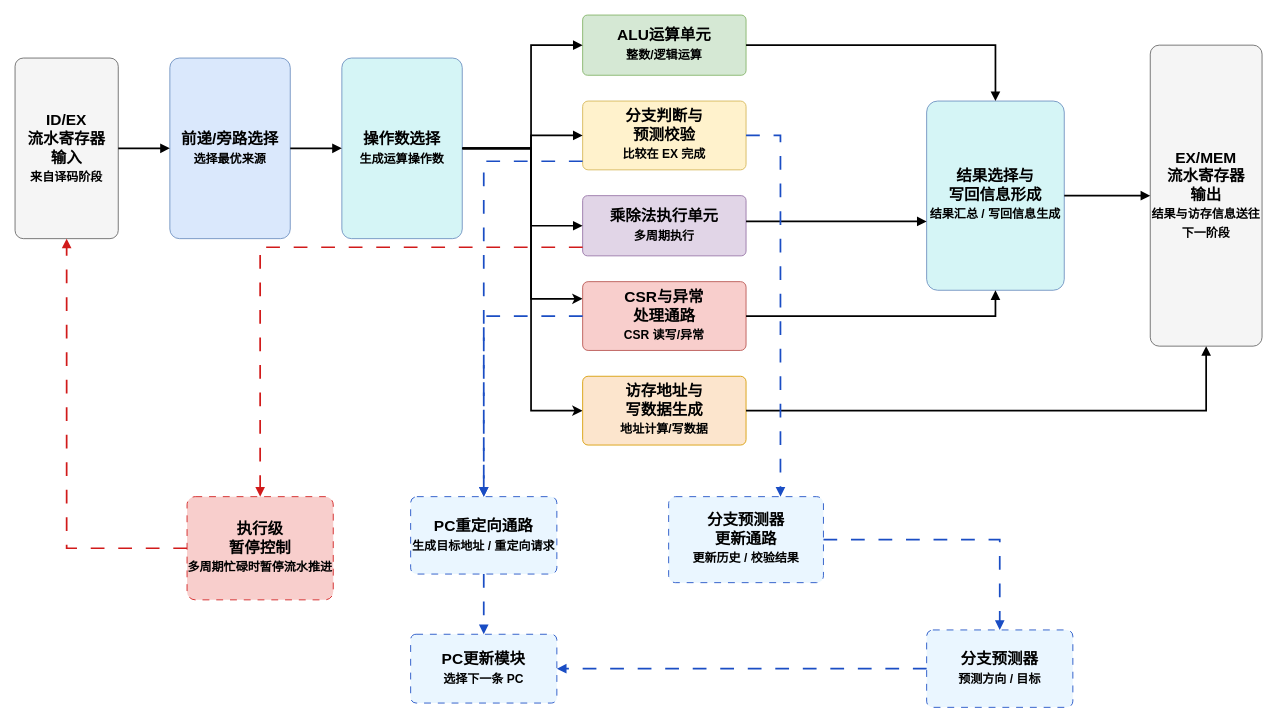
This is 未命名绘图.drawio from jay101-STAR/graduation_project, a draw.io file, before an edit. Source tidied: cells renumbered, new cells numbered last; positions are measured from the earlier drawing's top-left corner, leaving out a move shared by most shapes. Both pictures are drawn from the tidied source at 86%, with x=0, y=0 at pixel (15, 15).
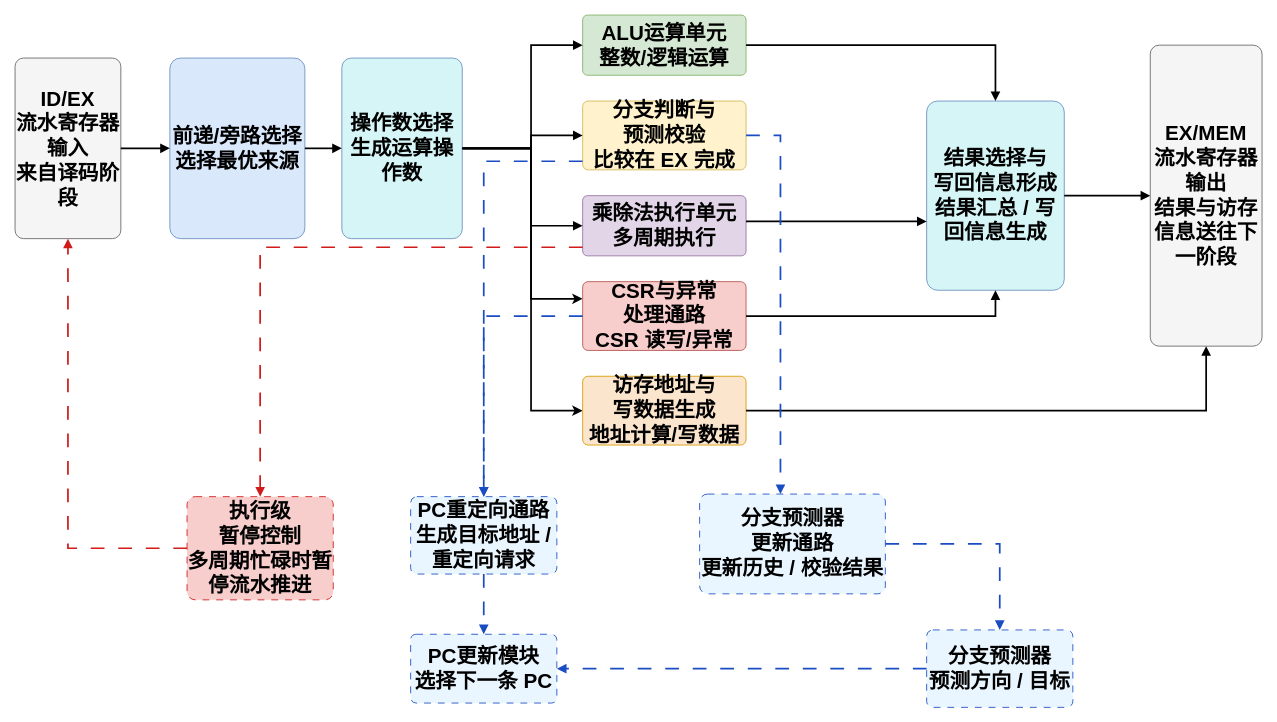
The same diagram, later.

Commit message:
更新未命名绘图.drawio

The edit, as a diff of the source:
```diff
@@
-    <mxCell id="2" value="ID/EX&lt;br&gt;流水寄存器&lt;br&gt;输入&lt;br&gt;&lt;font style=&quot;font-size: 14px&quot;&gt;来自译码阶段&lt;/font&gt;" style="rounded=1;whiteSpace=wrap;html=1;fillColor=#f5f5f5;strokeColor=#666666;fontSize=18;fontStyle=1;arcSize=8;" parent="1" vertex="1">
-      <mxGeometry y="50" width="120" height="210" as="geometry" />
+    <mxCell id="2" value="ID/EX&lt;br&gt;流水寄存器&lt;br&gt;输入&lt;br&gt;&lt;font&gt;来自译码阶段&lt;/font&gt;" style="rounded=1;whiteSpace=wrap;html=1;fillColor=#f5f5f5;strokeColor=#666666;fontSize=24;fontStyle=1;arcSize=8;" parent="1" vertex="1">
+      <mxGeometry y="50" width="123" height="210" as="geometry" />
     </mxCell>
-    <mxCell id="3" value="前递/旁路选择&lt;br&gt;&lt;font style=&quot;font-size: 14px&quot;&gt;选择最优来源&lt;/font&gt;" style="rounded=1;whiteSpace=wrap;html=1;fillColor=#dae8fc;strokeColor=#6c8ebf;fontSize=18;fontStyle=1;arcSize=8;" parent="1" vertex="1">
-      <mxGeometry x="180" y="50" width="140" height="210" as="geometry" />
+    <mxCell id="3" value="前递/旁路选择&lt;br&gt;&lt;font&gt;选择最优来源&lt;/font&gt;" style="rounded=1;whiteSpace=wrap;html=1;fillColor=#dae8fc;strokeColor=#6c8ebf;fontSize=24;fontStyle=1;arcSize=8;" parent="1" vertex="1">
+      <mxGeometry x="180" y="50" width="157" height="210" as="geometry" />
     </mxCell>
-    <mxCell id="4" style="edgeStyle=orthogonalEdgeStyle;rounded=0;jettySize=auto;html=1;exitX=1;exitY=0.5;exitDx=0;exitDy=0;entryX=0;entryY=0.25;entryDx=0;entryDy=0;strokeWidth=2;" parent="1" edge="1" source="6" target="10">
+    <mxCell id="4" style="edgeStyle=orthogonalEdgeStyle;rounded=0;jettySize=auto;html=1;exitX=1;exitY=0.5;exitDx=0;exitDy=0;entryX=0;entryY=0.25;entryDx=0;entryDy=0;strokeWidth=2;fontSize=24;" parent="1" edge="1" source="6" target="10">
       <mxGeometry relative="1" as="geometry">
         <Array as="points">
           <mxPoint x="600" y="155" />
           <mxPoint x="600" y="330" />
         </Array>
       </mxGeometry>
     </mxCell>
-    <mxCell id="5" style="edgeStyle=orthogonalEdgeStyle;rounded=0;jettySize=auto;html=1;exitX=1;exitY=0.5;exitDx=0;exitDy=0;entryX=0;entryY=0.5;entryDx=0;entryDy=0;strokeWidth=2;" parent="1" edge="1" source="6" target="11">
+    <mxCell id="5" style="edgeStyle=orthogonalEdgeStyle;rounded=0;jettySize=auto;html=1;exitX=1;exitY=0.5;exitDx=0;exitDy=0;entryX=0;entryY=0.5;entryDx=0;entryDy=0;strokeWidth=2;fontSize=24;" parent="1" edge="1" source="6" target="11">
       <mxGeometry relative="1" as="geometry">
         <Array as="points">
           <mxPoint x="600" y="155" />
           <mxPoint x="600" y="460" />
         </Array>
       </mxGeometry>
     </mxCell>
-    <mxCell id="6" value="操作数选择&lt;br&gt;&lt;font style=&quot;font-size: 14px&quot;&gt;生成运算操作数&lt;/font&gt;" style="rounded=1;whiteSpace=wrap;html=1;fillColor=#d5f5f6;strokeColor=#6c8ebf;fontSize=18;fontStyle=1;arcSize=8;" parent="1" vertex="1">
+    <mxCell id="6" value="操作数选择&lt;br&gt;&lt;font&gt;生成运算操作数&lt;/font&gt;" style="rounded=1;whiteSpace=wrap;html=1;fillColor=#d5f5f6;strokeColor=#6c8ebf;fontSize=24;fontStyle=1;arcSize=8;" parent="1" vertex="1">
       <mxGeometry x="380" y="50" width="140" height="210" as="geometry" />
     </mxCell>
-    <mxCell id="7" value="ALU运算单元&lt;br&gt;&lt;font style=&quot;font-size: 14px&quot;&gt;整数/逻辑运算&lt;/font&gt;" style="rounded=1;whiteSpace=wrap;html=1;fillColor=#d5e8d4;strokeColor=#82b366;fontSize=18;fontStyle=1;arcSize=8;" parent="1" vertex="1">
+    <mxCell id="7" value="ALU运算单元&lt;br&gt;&lt;font&gt;整数/逻辑运算&lt;/font&gt;" style="rounded=1;whiteSpace=wrap;html=1;fillColor=#d5e8d4;strokeColor=#82b366;fontSize=24;fontStyle=1;arcSize=8;" parent="1" vertex="1">
       <mxGeometry x="660" width="190" height="70" as="geometry" />
     </mxCell>
-    <mxCell id="8" value="分支判断与&lt;br&gt;预测校验&lt;br&gt;&lt;font style=&quot;font-size: 14px&quot;&gt;比较在 EX 完成&lt;/font&gt;" style="rounded=1;whiteSpace=wrap;html=1;fillColor=#fff2cc;strokeColor=#d6b656;fontSize=18;fontStyle=1;arcSize=8;" parent="1" vertex="1">
+    <mxCell id="8" value="分支判断与&lt;br&gt;预测校验&lt;br&gt;&lt;font&gt;比较在 EX 完成&lt;/font&gt;" style="rounded=1;whiteSpace=wrap;html=1;fillColor=#fff2cc;strokeColor=#d6b656;fontSize=24;fontStyle=1;arcSize=8;" parent="1" vertex="1">
       <mxGeometry x="660" y="100" width="190" height="80" as="geometry" />
     </mxCell>
-    <mxCell id="9" value="乘除法执行单元&lt;br&gt;&lt;font style=&quot;font-size: 14px&quot;&gt;多周期执行&lt;/font&gt;" style="rounded=1;whiteSpace=wrap;html=1;fillColor=#e1d5e7;strokeColor=#9673a6;fontSize=18;fontStyle=1;arcSize=8;" parent="1" vertex="1">
+    <mxCell id="9" value="乘除法执行单元&lt;br&gt;&lt;font&gt;多周期执行&lt;/font&gt;" style="rounded=1;whiteSpace=wrap;html=1;fillColor=#e1d5e7;strokeColor=#9673a6;fontSize=24;fontStyle=1;arcSize=8;" parent="1" vertex="1">
       <mxGeometry x="660" y="210" width="190" height="70" as="geometry" />
     </mxCell>
-    <mxCell id="10" value="CSR与异常&lt;br&gt;处理通路&lt;br&gt;&lt;font style=&quot;font-size: 14px&quot;&gt;CSR 读写/异常&lt;/font&gt;" style="rounded=1;whiteSpace=wrap;html=1;fillColor=#f8cecc;strokeColor=#b85450;fontSize=18;fontStyle=1;arcSize=8;" parent="1" vertex="1">
+    <mxCell id="10" value="CSR与异常&lt;br&gt;处理通路&lt;br&gt;&lt;font&gt;CSR 读写/异常&lt;/font&gt;" style="rounded=1;whiteSpace=wrap;html=1;fillColor=#f8cecc;strokeColor=#b85450;fontSize=24;fontStyle=1;arcSize=8;" parent="1" vertex="1">
       <mxGeometry x="660" y="310" width="190" height="80" as="geometry" />
     </mxCell>
-    <mxCell id="11" value="访存地址与&lt;br&gt;写数据生成&lt;br&gt;&lt;font style=&quot;font-size: 14px&quot;&gt;地址计算/写数据&lt;/font&gt;" style="rounded=1;whiteSpace=wrap;html=1;fillColor=#fce5cd;strokeColor=#d79b00;fontSize=18;fontStyle=1;arcSize=8;" parent="1" vertex="1">
+    <mxCell id="11" value="访存地址与&lt;br&gt;写数据生成&lt;br&gt;&lt;font&gt;地址计算/写数据&lt;/font&gt;" style="rounded=1;whiteSpace=wrap;html=1;fillColor=#fce5cd;strokeColor=#d79b00;fontSize=24;fontStyle=1;arcSize=8;" parent="1" vertex="1">
       <mxGeometry x="660" y="420" width="190" height="80" as="geometry" />
     </mxCell>
-    <mxCell id="12" value="结果选择与&lt;br&gt;写回信息形成&lt;br&gt;&lt;font style=&quot;font-size: 14px&quot;&gt;结果汇总 / 写回信息生成&lt;/font&gt;" style="rounded=1;whiteSpace=wrap;html=1;fillColor=#d5f5f6;strokeColor=#6c8ebf;fontSize=18;fontStyle=1;arcSize=8;" parent="1" vertex="1">
+    <mxCell id="12" value="结果选择与&lt;br&gt;写回信息形成&lt;br&gt;&lt;font&gt;结果汇总 / 写回信息生成&lt;/font&gt;" style="rounded=1;whiteSpace=wrap;html=1;fillColor=#d5f5f6;strokeColor=#6c8ebf;fontSize=24;fontStyle=1;arcSize=8;" parent="1" vertex="1">
       <mxGeometry x="1060" y="100" width="160" height="220" as="geometry" />
     </mxCell>
-    <mxCell id="13" value="EX/MEM&lt;br&gt;流水寄存器&lt;br&gt;输出&lt;br&gt;&lt;font style=&quot;font-size: 14px&quot;&gt;结果与访存信息送往下一阶段&lt;/font&gt;" style="rounded=1;whiteSpace=wrap;html=1;fillColor=#f5f5f5;strokeColor=#666666;fontSize=18;fontStyle=1;arcSize=8;" parent="1" vertex="1">
+    <mxCell id="13" value="EX/MEM&lt;br&gt;流水寄存器&lt;br&gt;输出&lt;br&gt;&lt;font&gt;结果与访存信息送往下一阶段&lt;/font&gt;" style="rounded=1;whiteSpace=wrap;html=1;fillColor=#f5f5f5;strokeColor=#666666;fontSize=24;fontStyle=1;arcSize=8;" parent="1" vertex="1">
       <mxGeometry x="1320" y="35" width="130" height="350" as="geometry" />
     </mxCell>
-    <mxCell id="14" value="PC重定向通路&lt;br&gt;&lt;font style=&quot;font-size: 14px&quot;&gt;生成目标地址 / 重定向请求&lt;/font&gt;" style="rounded=1;whiteSpace=wrap;html=1;fillColor=#eaf6ff;strokeColor=#1a4dc4;dashed=1;dashPattern=8 8;fontSize=18;fontStyle=1;arcSize=8;" parent="1" vertex="1">
+    <mxCell id="14" value="PC重定向通路&lt;br&gt;&lt;font&gt;生成目标地址 / 重定向请求&lt;/font&gt;" style="rounded=1;whiteSpace=wrap;html=1;fillColor=#eaf6ff;strokeColor=#1a4dc4;dashed=1;dashPattern=8 8;fontSize=24;fontStyle=1;arcSize=8;" parent="1" vertex="1">
       <mxGeometry x="460" y="560" width="170" height="90" as="geometry" />
     </mxCell>
-    <mxCell id="15" value="分支预测器&lt;br&gt;更新通路&lt;br&gt;&lt;font style=&quot;font-size: 14px&quot;&gt;更新历史 / 校验结果&lt;/font&gt;" style="rounded=1;whiteSpace=wrap;html=1;fillColor=#eaf6ff;strokeColor=#1a4dc4;dashed=1;dashPattern=8 8;fontSize=18;fontStyle=1;arcSize=8;" parent="1" vertex="1">
-      <mxGeometry x="760" y="560" width="180" height="100" as="geometry" />
+    <mxCell id="15" value="分支预测器&lt;br&gt;更新通路&lt;br&gt;&lt;font&gt;更新历史 / 校验结果&lt;/font&gt;" style="rounded=1;whiteSpace=wrap;html=1;fillColor=#eaf6ff;strokeColor=#1a4dc4;dashed=1;dashPattern=8 8;fontSize=24;fontStyle=1;arcSize=8;" parent="1" vertex="1">
+      <mxGeometry x="796" y="557" width="216" height="116" as="geometry" />
     </mxCell>
-    <mxCell id="16" value="PC更新模块&lt;br&gt;&lt;font style=&quot;font-size: 14px&quot;&gt;选择下一条 PC&lt;/font&gt;" style="rounded=1;whiteSpace=wrap;html=1;fillColor=#eaf6ff;strokeColor=#1a4dc4;dashed=1;dashPattern=8 8;fontSize=18;fontStyle=1;arcSize=8;" parent="1" vertex="1">
+    <mxCell id="16" value="PC更新模块&lt;br&gt;&lt;font&gt;选择下一条 PC&lt;/font&gt;" style="rounded=1;whiteSpace=wrap;html=1;fillColor=#eaf6ff;strokeColor=#1a4dc4;dashed=1;dashPattern=8 8;fontSize=24;fontStyle=1;arcSize=8;" parent="1" vertex="1">
       <mxGeometry x="460" y="720" width="170" height="80" as="geometry" />
     </mxCell>
-    <mxCell id="17" value="分支预测器&lt;br&gt;&lt;font style=&quot;font-size: 14px&quot;&gt;预测方向 / 目标&lt;/font&gt;" style="rounded=1;whiteSpace=wrap;html=1;fillColor=#eaf6ff;strokeColor=#1a4dc4;dashed=1;dashPattern=8 8;fontSize=18;fontStyle=1;arcSize=8;" parent="1" vertex="1">
+    <mxCell id="17" value="分支预测器&lt;br&gt;&lt;font&gt;预测方向 / 目标&lt;/font&gt;" style="rounded=1;whiteSpace=wrap;html=1;fillColor=#eaf6ff;strokeColor=#1a4dc4;dashed=1;dashPattern=8 8;fontSize=24;fontStyle=1;arcSize=8;" parent="1" vertex="1">
       <mxGeometry x="1060" y="715" width="170" height="90" as="geometry" />
     </mxCell>
-    <mxCell id="18" value="执行级&lt;br&gt;暂停控制&lt;br&gt;&lt;font style=&quot;font-size: 14px&quot;&gt;多周期忙碌时暂停流水推进&lt;/font&gt;" style="rounded=1;whiteSpace=wrap;html=1;fillColor=#f8cecc;strokeColor=#d11a1a;dashed=1;dashPattern=8 8;fontSize=18;fontStyle=1;arcSize=8;" parent="1" vertex="1">
+    <mxCell id="18" value="执行级&lt;br&gt;暂停控制&lt;br&gt;&lt;font&gt;多周期忙碌时暂停流水推进&lt;/font&gt;" style="rounded=1;whiteSpace=wrap;html=1;fillColor=#f8cecc;strokeColor=#d11a1a;dashed=1;dashPattern=8 8;fontSize=24;fontStyle=1;arcSize=8;" parent="1" vertex="1">
       <mxGeometry x="200" y="560" width="170" height="120" as="geometry" />
     </mxCell>
-    <mxCell id="19" style="edgeStyle=orthogonalEdgeStyle;rounded=0;jettySize=auto;html=1;endArrow=block;endFill=1;strokeWidth=2;" parent="1" edge="1" source="2" target="3">
+    <mxCell id="19" style="edgeStyle=orthogonalEdgeStyle;rounded=0;jettySize=auto;html=1;endArrow=block;endFill=1;strokeWidth=2;fontSize=24;" parent="1" edge="1" source="2" target="3">
       <mxGeometry relative="1" as="geometry" />
     </mxCell>
-    <mxCell id="20" style="edgeStyle=orthogonalEdgeStyle;rounded=0;jettySize=auto;html=1;endArrow=block;endFill=1;strokeWidth=2;" parent="1" edge="1" source="3" target="6">
+    <mxCell id="20" style="edgeStyle=orthogonalEdgeStyle;rounded=0;jettySize=auto;html=1;endArrow=block;endFill=1;strokeWidth=2;fontSize=24;" parent="1" edge="1" source="3" target="6">
       <mxGeometry relative="1" as="geometry" />
     </mxCell>
-    <mxCell id="21" style="edgeStyle=orthogonalEdgeStyle;rounded=0;jettySize=auto;html=1;endArrow=block;endFill=1;strokeWidth=2;" parent="1" edge="1" source="6" target="7">
+    <mxCell id="21" style="edgeStyle=orthogonalEdgeStyle;rounded=0;jettySize=auto;html=1;endArrow=block;endFill=1;strokeWidth=2;fontSize=24;" parent="1" edge="1" source="6" target="7">
       <mxGeometry relative="1" as="geometry">
         <Array as="points">
           <mxPoint x="600" y="155" />
           <mxPoint x="600" y="35" />
         </Array>
       </mxGeometry>
     </mxCell>
-    <mxCell id="22" style="edgeStyle=orthogonalEdgeStyle;rounded=0;jettySize=auto;html=1;endArrow=block;endFill=1;strokeWidth=2;" parent="1" edge="1" source="6" target="8">
+    <mxCell id="22" style="edgeStyle=orthogonalEdgeStyle;rounded=0;jettySize=auto;html=1;endArrow=block;endFill=1;strokeWidth=2;fontSize=24;" parent="1" edge="1" source="6" target="8">
       <mxGeometry relative="1" as="geometry">
         <Array as="points">
           <mxPoint x="600" y="155" />
           <mxPoint x="600" y="140" />
         </Array>
       </mxGeometry>
     </mxCell>
-    <mxCell id="23" style="edgeStyle=orthogonalEdgeStyle;rounded=0;jettySize=auto;html=1;endArrow=block;endFill=1;strokeWidth=2;" parent="1" edge="1" source="6" target="9">
+    <mxCell id="23" style="edgeStyle=orthogonalEdgeStyle;rounded=0;jettySize=auto;html=1;endArrow=block;endFill=1;strokeWidth=2;fontSize=24;" parent="1" edge="1" source="6" target="9">
       <mxGeometry relative="1" as="geometry">
         <Array as="points">
           <mxPoint x="600" y="155" />
           <mxPoint x="600" y="245" />
         </Array>
       </mxGeometry>
     </mxCell>
-    <mxCell id="24" style="edgeStyle=orthogonalEdgeStyle;rounded=0;jettySize=auto;html=1;endArrow=block;endFill=1;strokeWidth=2;" parent="1" edge="1" source="7" target="12">
+    <mxCell id="24" style="edgeStyle=orthogonalEdgeStyle;rounded=0;jettySize=auto;html=1;endArrow=block;endFill=1;strokeWidth=2;fontSize=24;" parent="1" edge="1" source="7" target="12">
       <mxGeometry relative="1" as="geometry" />
     </mxCell>
-    <mxCell id="25" style="edgeStyle=orthogonalEdgeStyle;rounded=0;jettySize=auto;html=1;endArrow=block;endFill=1;strokeWidth=2;" parent="1" edge="1" source="9" target="12">
+    <mxCell id="25" style="edgeStyle=orthogonalEdgeStyle;rounded=0;jettySize=auto;html=1;endArrow=block;endFill=1;strokeWidth=2;fontSize=24;" parent="1" edge="1" source="9" target="12">
       <mxGeometry relative="1" as="geometry">
         <Array as="points">
           <mxPoint x="930" y="240" />
           <mxPoint x="930" y="240" />
         </Array>
       </mxGeometry>
     </mxCell>
-    <mxCell id="26" style="edgeStyle=orthogonalEdgeStyle;rounded=0;jettySize=auto;html=1;endArrow=block;endFill=1;strokeWidth=2;entryX=0.5;entryY=1;entryDx=0;entryDy=0;" parent="1" edge="1" source="10" target="12">
+    <mxCell id="26" style="edgeStyle=orthogonalEdgeStyle;rounded=0;jettySize=auto;html=1;endArrow=block;endFill=1;strokeWidth=2;entryX=0.5;entryY=1;entryDx=0;entryDy=0;fontSize=24;" parent="1" edge="1" source="10" target="12">
       <mxGeometry relative="1" as="geometry">
         <Array as="points">
           <mxPoint x="1140" y="350" />
         </Array>
       </mxGeometry>
     </mxCell>
-    <mxCell id="27" style="edgeStyle=orthogonalEdgeStyle;rounded=0;jettySize=auto;html=1;endArrow=block;endFill=1;strokeWidth=2;" parent="1" edge="1" source="12" target="13">
+    <mxCell id="27" style="edgeStyle=orthogonalEdgeStyle;rounded=0;jettySize=auto;html=1;endArrow=block;endFill=1;strokeWidth=2;fontSize=24;" parent="1" edge="1" source="12" target="13">
       <mxGeometry relative="1" as="geometry" />
     </mxCell>
-    <mxCell id="28" style="edgeStyle=orthogonalEdgeStyle;rounded=0;jettySize=auto;html=1;endArrow=block;endFill=1;strokeWidth=2;" parent="1" edge="1" source="11" target="13">
+    <mxCell id="28" style="edgeStyle=orthogonalEdgeStyle;rounded=0;jettySize=auto;html=1;endArrow=block;endFill=1;strokeWidth=2;fontSize=24;" parent="1" edge="1" source="11" target="13">
       <mxGeometry relative="1" as="geometry" />
     </mxCell>
-    <mxCell id="29" style="edgeStyle=orthogonalEdgeStyle;rounded=0;jettySize=auto;html=1;endArrow=block;endFill=1;strokeWidth=2;dashed=1;dashPattern=8 8;strokeColor=#1a4dc4;" parent="1" edge="1" source="8" target="14">
+    <mxCell id="29" style="edgeStyle=orthogonalEdgeStyle;rounded=0;jettySize=auto;html=1;endArrow=block;endFill=1;strokeWidth=2;dashed=1;dashPattern=8 8;strokeColor=#1a4dc4;fontSize=24;" parent="1" edge="1" source="8" target="14">
       <mxGeometry relative="1" as="geometry">
         <Array as="points">
           <mxPoint x="545" y="170" />
         </Array>
       </mxGeometry>
     </mxCell>
-    <mxCell id="30" style="edgeStyle=orthogonalEdgeStyle;rounded=0;jettySize=auto;html=1;endArrow=block;endFill=1;strokeWidth=2;dashed=1;dashPattern=8 8;strokeColor=#1a4dc4;" parent="1" edge="1" source="10" target="14">
+    <mxCell id="30" style="edgeStyle=orthogonalEdgeStyle;rounded=0;jettySize=auto;html=1;endArrow=block;endFill=1;strokeWidth=2;dashed=1;dashPattern=8 8;strokeColor=#1a4dc4;fontSize=24;" parent="1" edge="1" source="10" target="14">
       <mxGeometry relative="1" as="geometry" />
     </mxCell>
-    <mxCell id="31" style="edgeStyle=orthogonalEdgeStyle;rounded=0;jettySize=auto;html=1;endArrow=block;endFill=1;strokeWidth=2;dashed=1;dashPattern=8 8;strokeColor=#1a4dc4;exitX=1;exitY=0.5;exitDx=0;exitDy=0;" parent="1" edge="1" source="8" target="15">
+    <mxCell id="31" style="edgeStyle=orthogonalEdgeStyle;rounded=0;jettySize=auto;html=1;endArrow=block;endFill=1;strokeWidth=2;dashed=1;dashPattern=8 8;strokeColor=#1a4dc4;exitX=1;exitY=0.5;exitDx=0;exitDy=0;fontSize=24;" parent="1" edge="1" source="8" target="15">
       <mxGeometry relative="1" as="geometry">
         <Array as="points">
           <mxPoint x="890" y="140" />
         </Array>
       </mxGeometry>
     </mxCell>
-    <mxCell id="32" style="edgeStyle=orthogonalEdgeStyle;rounded=0;jettySize=auto;html=1;endArrow=block;endFill=1;strokeWidth=2;dashed=1;dashPattern=8 8;strokeColor=#1a4dc4;" parent="1" edge="1" source="15" target="17">
+    <mxCell id="32" style="edgeStyle=orthogonalEdgeStyle;rounded=0;jettySize=auto;html=1;endArrow=block;endFill=1;strokeWidth=2;dashed=1;dashPattern=8 8;strokeColor=#1a4dc4;fontSize=24;" parent="1" edge="1" source="15" target="17">
       <mxGeometry relative="1" as="geometry" />
     </mxCell>
-    <mxCell id="33" style="edgeStyle=orthogonalEdgeStyle;rounded=0;jettySize=auto;html=1;endArrow=block;endFill=1;strokeWidth=2;dashed=1;dashPattern=8 8;strokeColor=#1a4dc4;" parent="1" edge="1" source="14" target="16">
+    <mxCell id="33" style="edgeStyle=orthogonalEdgeStyle;rounded=0;jettySize=auto;html=1;endArrow=block;endFill=1;strokeWidth=2;dashed=1;dashPattern=8 8;strokeColor=#1a4dc4;fontSize=24;" parent="1" edge="1" source="14" target="16">
       <mxGeometry relative="1" as="geometry" />
     </mxCell>
-    <mxCell id="34" style="edgeStyle=orthogonalEdgeStyle;rounded=0;jettySize=auto;html=1;endArrow=block;endFill=1;strokeWidth=2;dashed=1;dashPattern=8 8;strokeColor=#1a4dc4;" parent="1" edge="1" source="17" target="16">
+    <mxCell id="34" style="edgeStyle=orthogonalEdgeStyle;rounded=0;jettySize=auto;html=1;endArrow=block;endFill=1;strokeWidth=2;dashed=1;dashPattern=8 8;strokeColor=#1a4dc4;fontSize=24;" parent="1" edge="1" source="17" target="16">
       <mxGeometry relative="1" as="geometry" />
     </mxCell>
-    <mxCell id="35" style="edgeStyle=orthogonalEdgeStyle;rounded=0;jettySize=auto;html=1;endArrow=block;endFill=1;strokeWidth=2;dashed=1;dashPattern=8 8;strokeColor=#d11a1a;" parent="1" edge="1" source="9" target="18">
+    <mxCell id="35" style="edgeStyle=orthogonalEdgeStyle;rounded=0;jettySize=auto;html=1;endArrow=block;endFill=1;strokeWidth=2;dashed=1;dashPattern=8 8;strokeColor=#d11a1a;fontSize=24;" parent="1" edge="1" source="9" target="18">
       <mxGeometry relative="1" as="geometry">
         <Array as="points">
           <mxPoint x="285" y="270" />
         </Array>
       </mxGeometry>
     </mxCell>
-    <mxCell id="36" style="edgeStyle=orthogonalEdgeStyle;rounded=0;jettySize=auto;html=1;endArrow=block;endFill=1;strokeWidth=2;dashed=1;dashPattern=8 8;strokeColor=#d11a1a;" parent="1" edge="1" source="18" target="2">
+    <mxCell id="36" style="edgeStyle=orthogonalEdgeStyle;rounded=0;jettySize=auto;html=1;endArrow=block;endFill=1;strokeWidth=2;dashed=1;dashPattern=8 8;strokeColor=#d11a1a;fontSize=24;" parent="1" edge="1" source="18" target="2">
       <mxGeometry relative="1" as="geometry" />
     </mxCell>
```
